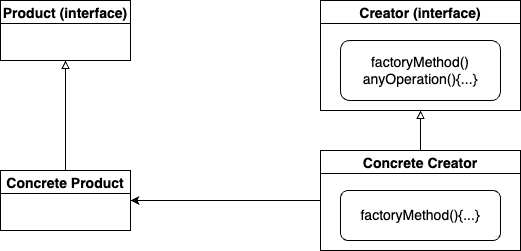
The draw.io diagram Design Patterns/Assets/factory_pattern.drawio.png in sidhant293/Essential-Algorithms, before a commit. Source tidied: cells renumbered, new cells last; positions are measured from the earlier drawing's top-left corner, leaving out a move shared by most shapes. The source it was exported from:
```xml
<mxGraphModel>
  <root>
    <mxCell id="0" />
    <mxCell id="1" parent="0" />
    <mxCell id="2" value="Product (interface)" style="swimlane;fontSize=14;" parent="1" vertex="1">
      <mxGeometry width="130" height="60" as="geometry" />
    </mxCell>
    <mxCell id="3" style="edgeStyle=orthogonalEdgeStyle;rounded=0;jettySize=auto;html=1;exitX=0.5;exitY=0;exitDx=0;exitDy=0;entryX=0.5;entryY=1;entryDx=0;entryDy=0;endArrow=block;endFill=0;" parent="1" edge="1" source="5" target="7">
      <mxGeometry relative="1" as="geometry" />
    </mxCell>
    <mxCell id="4" style="edgeStyle=orthogonalEdgeStyle;rounded=0;jettySize=auto;html=1;exitX=0;exitY=0.5;exitDx=0;exitDy=0;entryX=1;entryY=0.5;entryDx=0;entryDy=0;endArrow=classic;endFill=1;" parent="1" edge="1" source="5" target="10">
      <mxGeometry relative="1" as="geometry" />
    </mxCell>
    <mxCell id="5" value="Concrete Creator" style="swimlane;fontSize=14;" parent="1" vertex="1">
      <mxGeometry x="320" y="150" width="200" height="100" as="geometry" />
    </mxCell>
    <mxCell id="6" value="factoryMethod(){...}" style="rounded=1;whiteSpace=wrap;html=1;fontSize=14;" parent="5" vertex="1">
      <mxGeometry x="20" y="40" width="160" height="50" as="geometry" />
    </mxCell>
    <mxCell id="7" value="Creator (interface)" style="swimlane;fontSize=14;" parent="1" vertex="1">
      <mxGeometry x="320" width="200" height="110" as="geometry" />
    </mxCell>
    <mxCell id="8" value="factoryMethod()&lt;br&gt;anyOperation(){...}" style="rounded=1;whiteSpace=wrap;html=1;fontSize=14;" parent="7" vertex="1">
      <mxGeometry x="20" y="40" width="160" height="60" as="geometry" />
    </mxCell>
    <mxCell id="9" style="edgeStyle=orthogonalEdgeStyle;rounded=0;jettySize=auto;html=1;exitX=0.5;exitY=0;exitDx=0;exitDy=0;entryX=0.5;entryY=1;entryDx=0;entryDy=0;endArrow=block;endFill=0;" parent="1" edge="1" source="10" target="2">
      <mxGeometry relative="1" as="geometry" />
    </mxCell>
    <mxCell id="10" value="Concrete Product" style="swimlane;fontSize=14;" parent="1" vertex="1">
      <mxGeometry y="170" width="130" height="60" as="geometry" />
    </mxCell>
  </root>
</mxGraphModel>
```
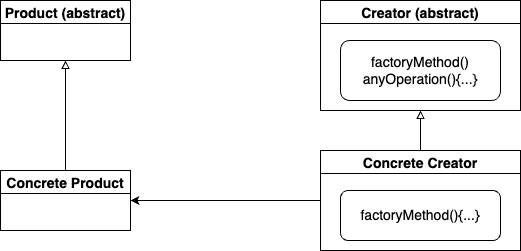
Above is the later version.

Diff of the diagram source:
```diff
@@ -2,7 +2,7 @@
   <root>
     <mxCell id="0" />
     <mxCell id="1" parent="0" />
-    <mxCell id="2" value="Product (interface)" style="swimlane;fontSize=14;" parent="1" vertex="1">
+    <mxCell id="2" value="Product (abstract)" style="swimlane;fontSize=14;" parent="1" vertex="1">
       <mxGeometry width="130" height="60" as="geometry" />
     </mxCell>
     <mxCell id="3" style="edgeStyle=orthogonalEdgeStyle;rounded=0;jettySize=auto;html=1;exitX=0.5;exitY=0;exitDx=0;exitDy=0;entryX=0.5;entryY=1;entryDx=0;entryDy=0;endArrow=block;endFill=0;" parent="1" edge="1" source="5" target="7">
@@ -17,7 +17,7 @@
     <mxCell id="6" value="factoryMethod(){...}" style="rounded=1;whiteSpace=wrap;html=1;fontSize=14;" parent="5" vertex="1">
       <mxGeometry x="20" y="40" width="160" height="50" as="geometry" />
     </mxCell>
-    <mxCell id="7" value="Creator (interface)" style="swimlane;fontSize=14;" parent="1" vertex="1">
+    <mxCell id="7" value="Creator (abstract)" style="swimlane;fontSize=14;" parent="1" vertex="1">
       <mxGeometry x="320" width="200" height="110" as="geometry" />
     </mxCell>
     <mxCell id="8" value="factoryMethod()&lt;br&gt;anyOperation(){...}" style="rounded=1;whiteSpace=wrap;html=1;fontSize=14;" parent="7" vertex="1">
```
